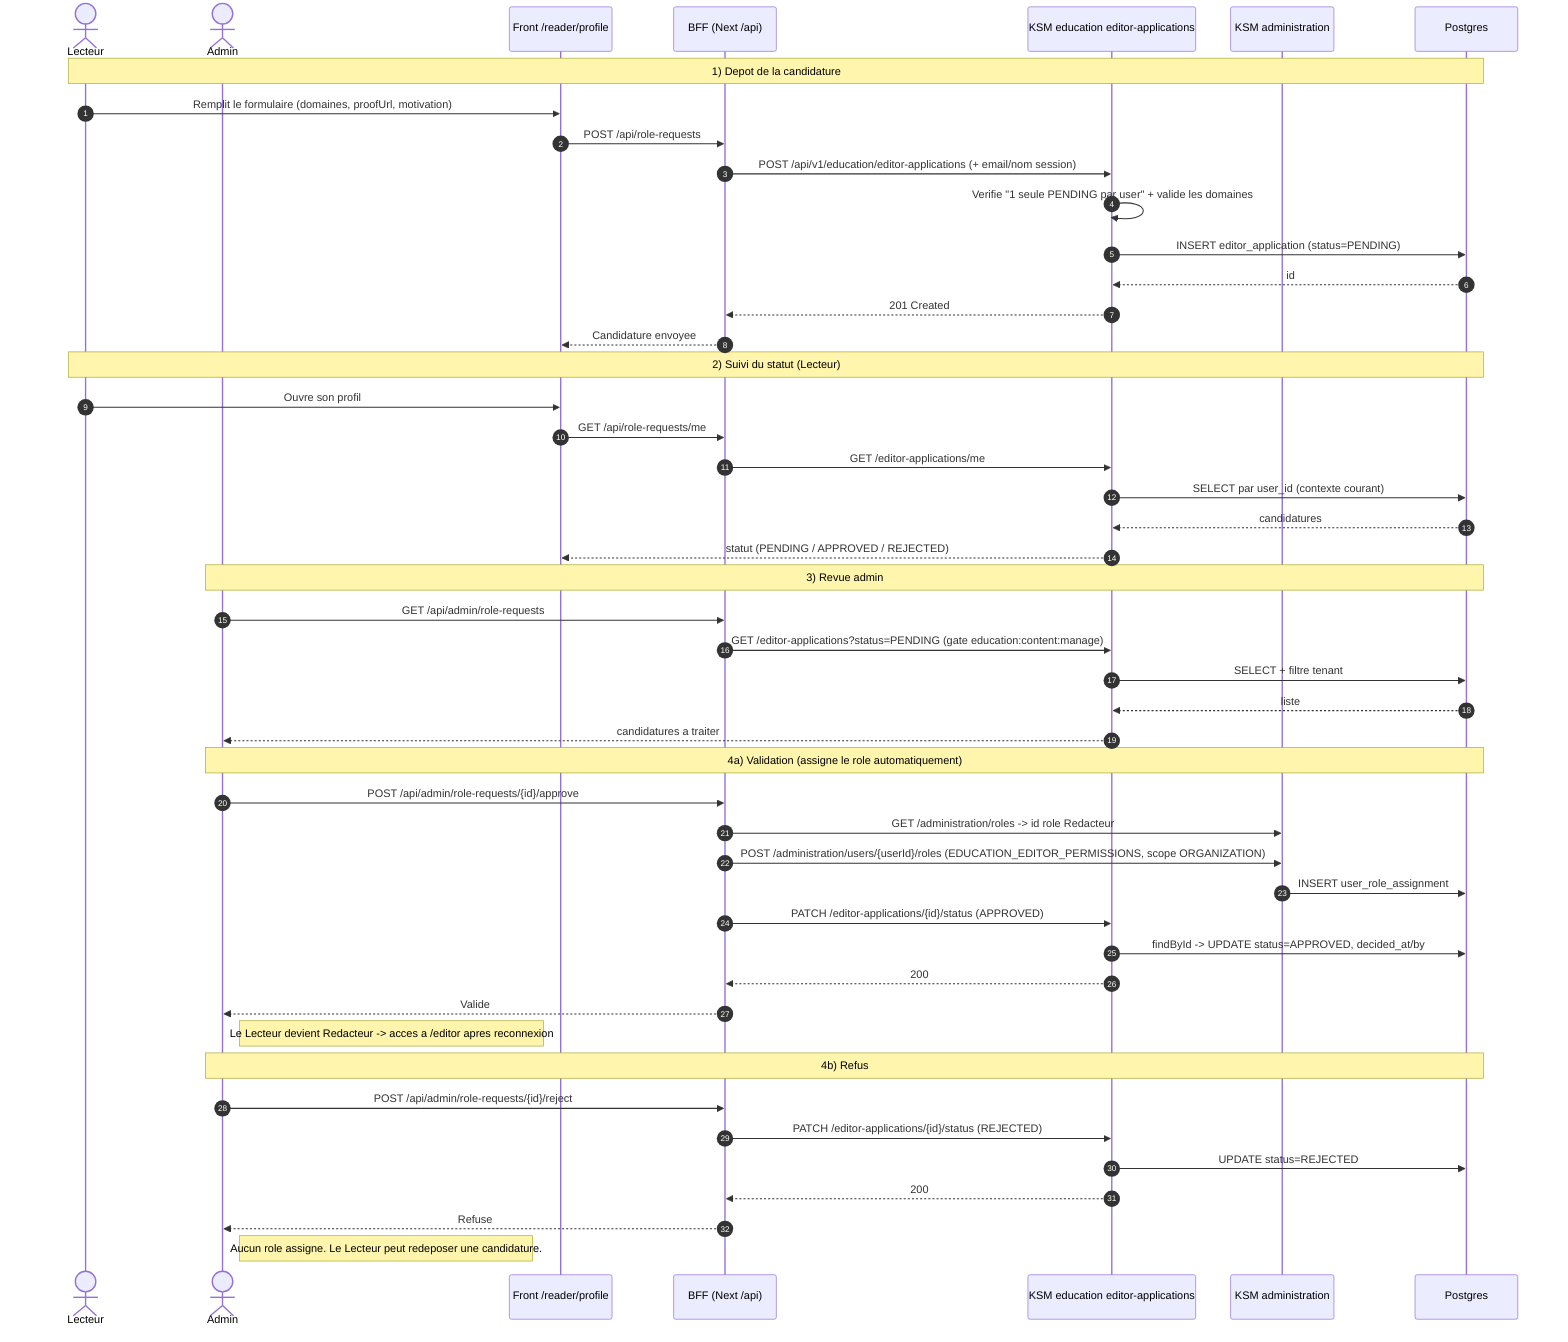
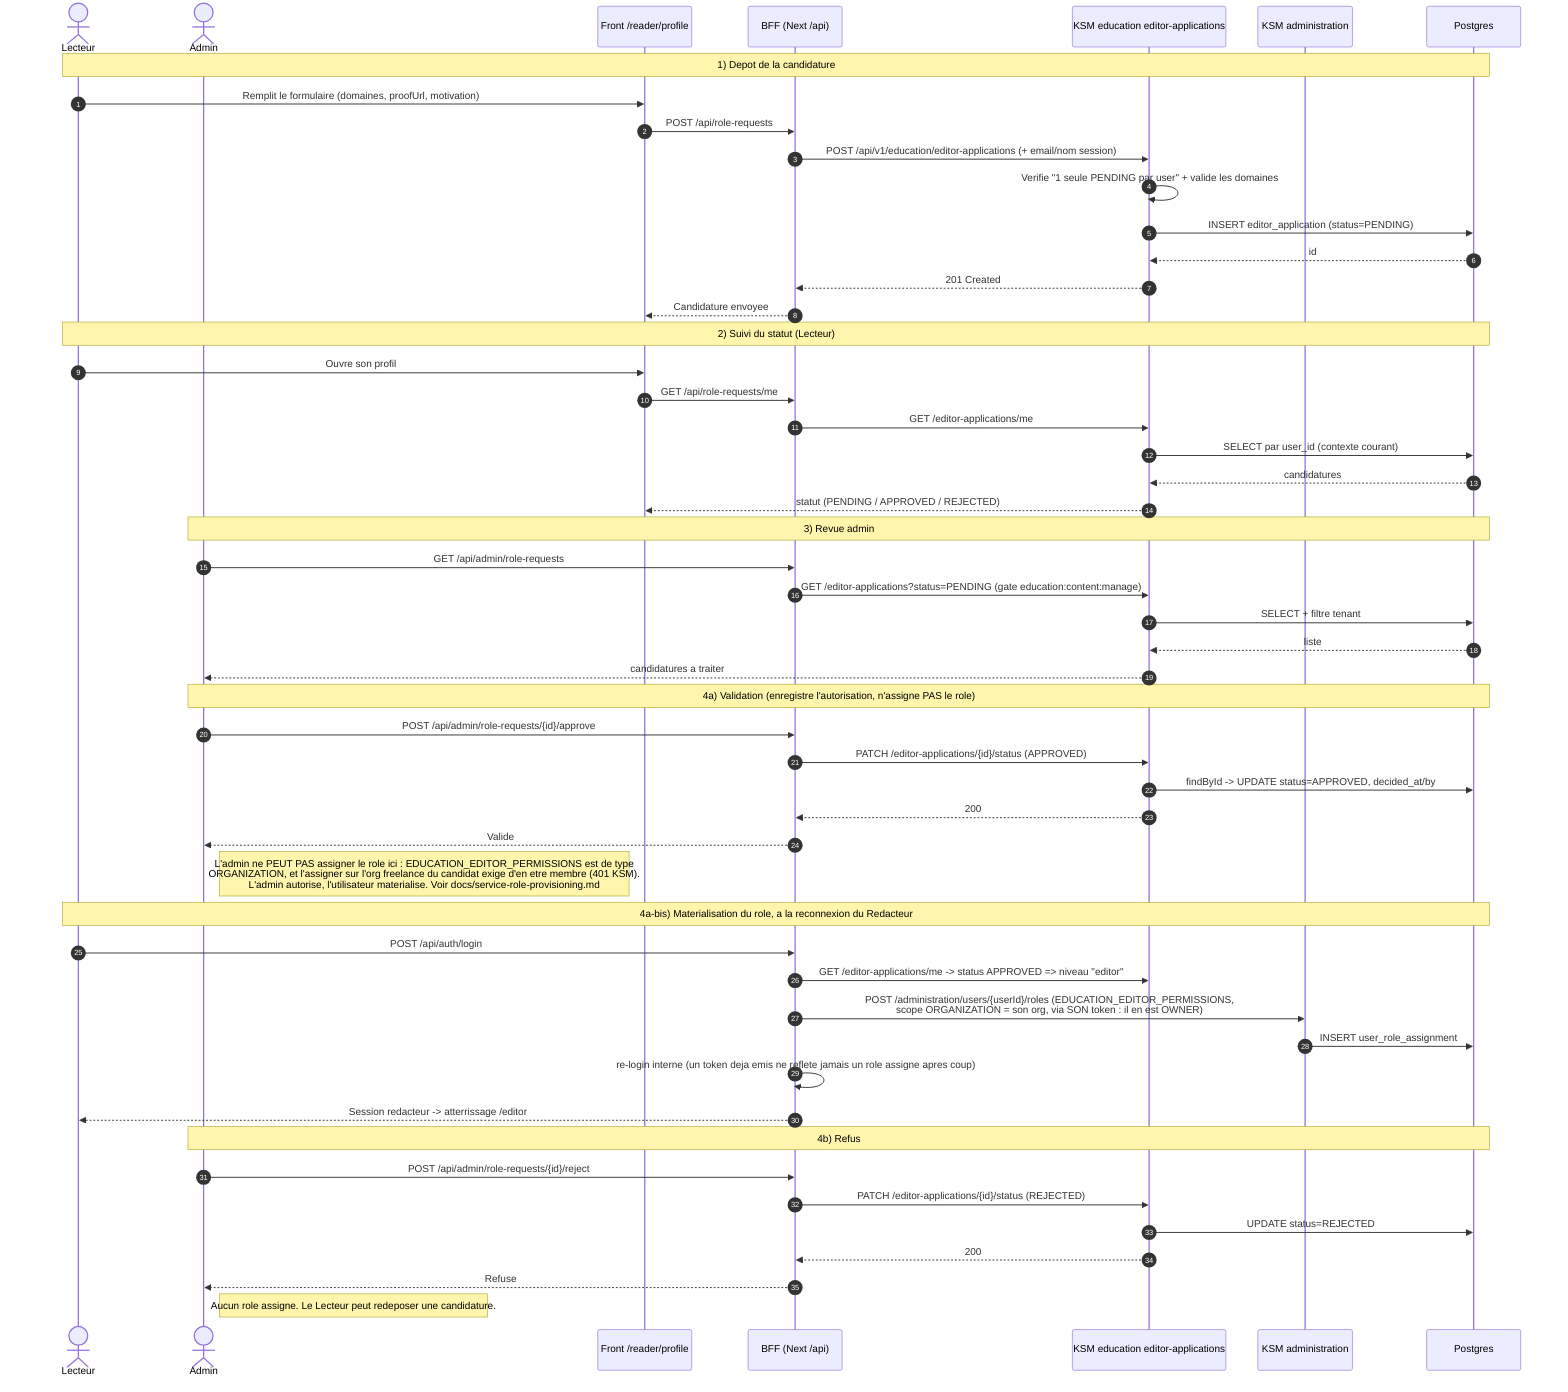
sequenceDiagram
    autonumber
    actor L as Lecteur
    actor A as Admin
    participant RP as Front /reader/profile
    participant BFF as BFF (Next /api)
    participant EDU as KSM education editor-applications
    participant ADM as KSM administration
    participant DB as Postgres

    Note over L,DB: 1) Depot de la candidature
    L->>RP: Remplit le formulaire (domaines, proofUrl, motivation)
    RP->>BFF: POST /api/role-requests
    BFF->>EDU: POST /api/v1/education/editor-applications (+ email/nom session)
    EDU->>EDU: Verifie "1 seule PENDING par user" + valide les domaines
    EDU->>DB: INSERT editor_application (status=PENDING)
    DB-->>EDU: id
    EDU-->>BFF: 201 Created
    BFF-->>RP: Candidature envoyee

    Note over L,DB: 2) Suivi du statut (Lecteur)
    L->>RP: Ouvre son profil
    RP->>BFF: GET /api/role-requests/me
    BFF->>EDU: GET /editor-applications/me
    EDU->>DB: SELECT par user_id (contexte courant)
    DB-->>EDU: candidatures
    EDU-->>RP: statut (PENDING / APPROVED / REJECTED)

    Note over A,DB: 3) Revue admin
    A->>BFF: GET /api/admin/role-requests
    BFF->>EDU: GET /editor-applications?status=PENDING (gate education:content:manage)
    EDU->>DB: SELECT + filtre tenant
    DB-->>EDU: liste
    EDU-->>A: candidatures a traiter

-     Note over A,DB: 4a) Validation (assigne le role automatiquement)
+     Note over A,DB: 4a) Validation (enregistre l'autorisation, n'assigne PAS le role)
    A->>BFF: POST /api/admin/role-requests/{id}/approve
-     BFF->>ADM: GET /administration/roles -> id role Redacteur
-     BFF->>ADM: POST /administration/users/{userId}/roles (EDUCATION_EDITOR_PERMISSIONS, scope ORGANIZATION)
-     ADM->>DB: INSERT user_role_assignment
    BFF->>EDU: PATCH /editor-applications/{id}/status (APPROVED)
    EDU->>DB: findById -> UPDATE status=APPROVED, decided_at/by
    EDU-->>BFF: 200
    BFF-->>A: Valide
-     Note right of A: Le Lecteur devient Redacteur -> acces a /editor apres reconnexion
+     Note right of A: L'admin ne PEUT PAS assigner le role ici : EDUCATION_EDITOR_PERMISSIONS est de type<br/>ORGANIZATION, et l'assigner sur l'org freelance du candidat exige d'en etre membre (401 KSM).<br/>L'admin autorise, l'utilisateur materialise. Voir docs/service-role-provisioning.md
+ 
+     Note over L,DB: 4a-bis) Materialisation du role, a la reconnexion du Redacteur
+     L->>BFF: POST /api/auth/login
+     BFF->>EDU: GET /editor-applications/me -> status APPROVED => niveau "editor"
+     BFF->>ADM: POST /administration/users/{userId}/roles (EDUCATION_EDITOR_PERMISSIONS,<br/>scope ORGANIZATION = son org, via SON token : il en est OWNER)
+     ADM->>DB: INSERT user_role_assignment
+     BFF->>BFF: re-login interne (un token deja emis ne reflete jamais un role assigne apres coup)
+     BFF-->>L: Session redacteur -> atterrissage /editor

    Note over A,DB: 4b) Refus
    A->>BFF: POST /api/admin/role-requests/{id}/reject
    BFF->>EDU: PATCH /editor-applications/{id}/status (REJECTED)
    EDU->>DB: UPDATE status=REJECTED
    EDU-->>BFF: 200
    BFF-->>A: Refuse
    Note right of A: Aucun role assigne. Le Lecteur peut redeposer une candidature.
